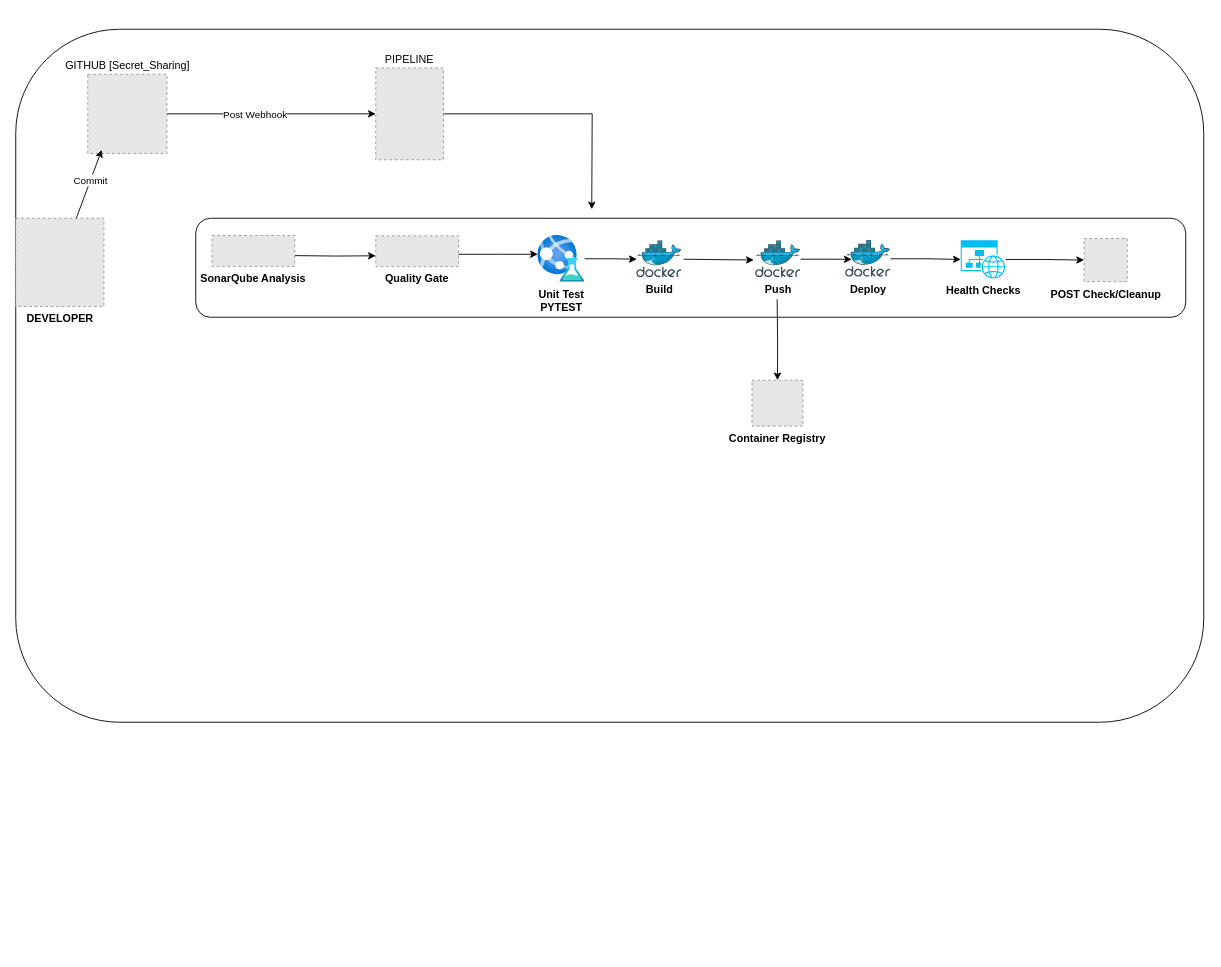
Above: CICD_FLOW_FOR_SECRET_SHARING.drawio in naveenchandar25/Int_prep (draw.io), before the change. Source tidied: cells renumbered, new cells numbered last; positions are measured from the earlier drawing's top-left corner, leaving out a move shared by most shapes. Both pictures are drawn from the tidied source at 90%, with x=0, y=0 at pixel (15, 29). Pictures stored in the file or linked from it are replaced by grey dashed boxes.
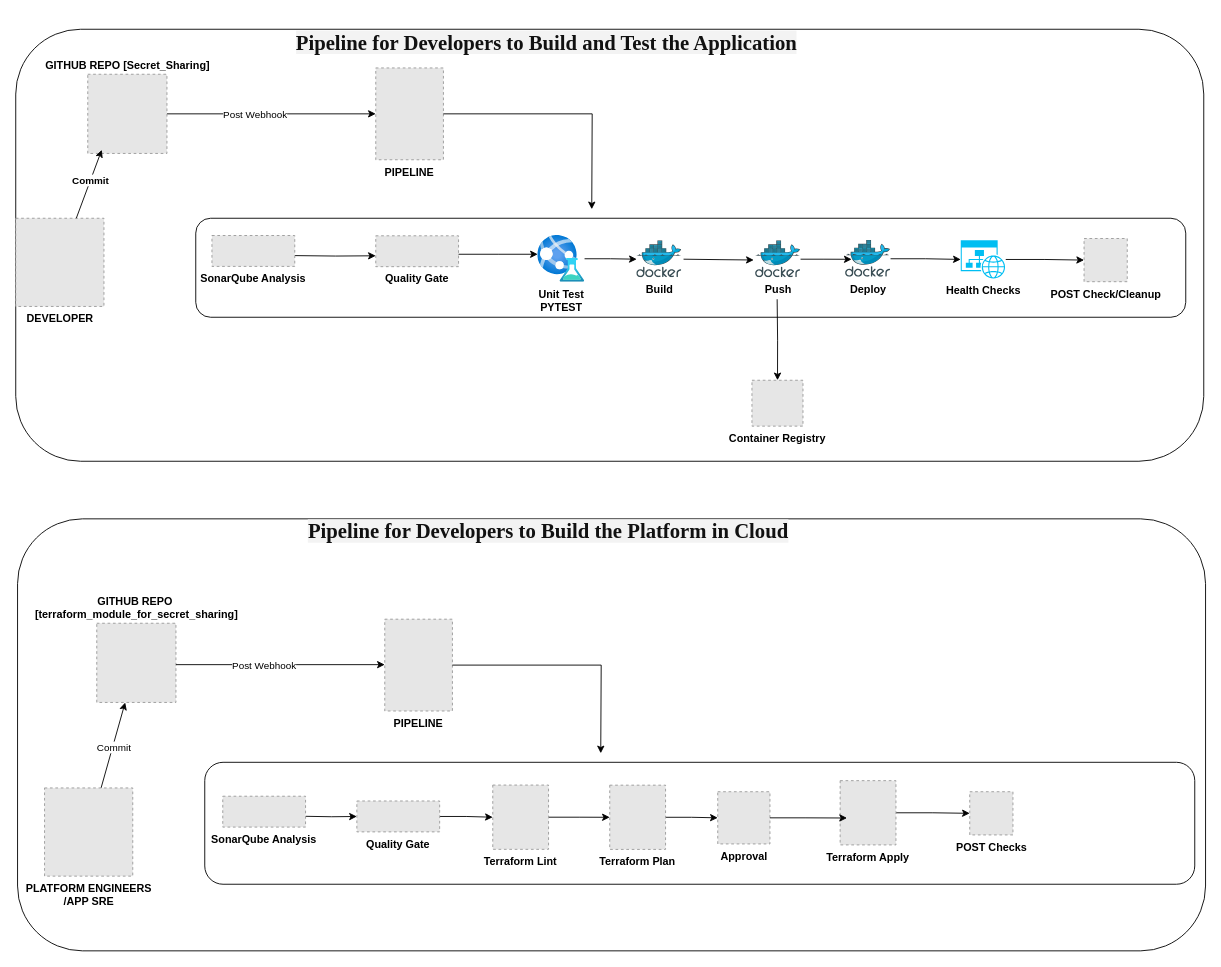
The same page after the edit.

The change refers to these unchanged cells:
```xml
<mxCell id="9" style="rounded=0;jettySize=auto;html=1;entryX=0.177;entryY=0.955;entryDx=0;entryDy=0;entryPerimeter=0;" parent="1" edge="1" source="7" target="6">
  <mxGeometry relative="1" as="geometry" />
</mxCell>
```

What changed in the source:
```diff
@@
     <mxCell id="2" style="rounded=1;whiteSpace=wrap;html=1;fillColor=none;" parent="1" vertex="1">
-      <mxGeometry width="1320" height="770" as="geometry" />
+      <mxGeometry width="1320" height="480" as="geometry" />
     </mxCell>
@@
-    <mxCell id="6" value="GITHUB [Secret_Sharing]" style="fillColor=#E6E6E6;strokeColor=#999999;dashed=1;html=1;verticalAlign=bottom;verticalLabelPosition=top;labelBackgroundColor=#ffffff;labelPosition=center;align=center;" parent="1" vertex="1">
+    <mxCell id="6" value="&lt;b&gt;GITHUB REPO [Secret_Sharing]&lt;/b&gt;" style="fillColor=#E6E6E6;strokeColor=#999999;dashed=1;html=1;verticalAlign=bottom;verticalLabelPosition=top;labelBackgroundColor=#ffffff;labelPosition=center;align=center;" parent="1" vertex="1">
       <mxGeometry x="80" y="50" width="88" height="88" as="geometry" />
     </mxCell>
@@
-    <mxCell id="8" value="PIPELINE" style="fillColor=#E6E6E6;strokeColor=#999999;dashed=1;verticalLabelPosition=top;labelBackgroundColor=default;verticalAlign=bottom;labelPosition=center;align=center;" parent="1" vertex="1">
+    <mxCell id="8" value="PIPELINE" style="fillColor=#E6E6E6;strokeColor=#999999;dashed=1;verticalLabelPosition=bottom;labelBackgroundColor=default;verticalAlign=top;labelPosition=center;align=center;fontStyle=1;" parent="1" vertex="1">
       <mxGeometry x="400" y="43" width="75.2" height="102" as="geometry" />
     </mxCell>
@@
-    <mxCell id="10" value="Commit" style="edgeLabel;html=1;align=center;verticalAlign=middle;" parent="9" vertex="1">
+    <mxCell id="10" value="&lt;b&gt;Commit&lt;/b&gt;" style="edgeLabel;html=1;align=center;verticalAlign=middle;" parent="9" vertex="1">
       <mxGeometry x="0.11" relative="1" as="geometry" />
     </mxCell>
@@
+    <mxCell id="29" value="&lt;h1&gt;&lt;strong style=&quot;line-height: var(--cib-type-body1-stronger-line-height); font-variation-settings: var(--cib-type-body1-stronger-font-variation-settings); color: rgb(17, 17, 17); text-align: left; background-color: rgb(243, 243, 243);&quot;&gt;&lt;font style=&quot;font-size: 23px;&quot;&gt;Pipeline for Developers to Build and Test the Application&lt;/font&gt;&lt;/strong&gt;&lt;/h1&gt;" style="text;html=1;align=center;verticalAlign=middle;whiteSpace=wrap;rounded=0;fontFamily=Times New Roman;" parent="1" vertex="1">
+      <mxGeometry x="270" width="640" height="30" as="geometry" />
+    </mxCell>
+    <mxCell id="30" style="rounded=1;whiteSpace=wrap;html=1;fillColor=none;" parent="1" vertex="1">
+      <mxGeometry x="2" y="544" width="1320" height="480" as="geometry" />
+    </mxCell>
+    <mxCell id="31" value="&lt;h1&gt;&lt;strong style=&quot;line-height: var(--cib-type-body1-stronger-line-height); font-variation-settings: var(--cib-type-body1-stronger-font-variation-settings); color: rgb(17, 17, 17); text-align: left; background-color: rgb(243, 243, 243);&quot;&gt;&lt;font style=&quot;font-size: 23px;&quot;&gt;Pipeline for Developers to Build the Platform in Cloud&lt;/font&gt;&lt;/strong&gt;&lt;/h1&gt;" style="text;html=1;align=center;verticalAlign=middle;whiteSpace=wrap;rounded=0;fontFamily=Times New Roman;" parent="1" vertex="1">
+      <mxGeometry x="272" y="543" width="640" height="30" as="geometry" />
+    </mxCell>
+    <mxCell id="32" style="rounded=0;jettySize=auto;html=1;" parent="1" edge="1" source="34" target="35">
+      <mxGeometry relative="1" as="geometry" />
+    </mxCell>
+    <mxCell id="33" value="Commit" style="edgeLabel;html=1;align=center;verticalAlign=middle;" parent="32" vertex="1">
+      <mxGeometry x="-0.03" y="-1" relative="1" as="geometry" />
+    </mxCell>
+    <mxCell id="34" value="&lt;b&gt;PLATFORM ENGINEERS&lt;/b&gt;&lt;div&gt;&lt;b&gt;/APP SRE&lt;/b&gt;&lt;/div&gt;" style="fillColor=#E6E6E6;strokeColor=#999999;dashed=1;html=1;verticalAlign=top;verticalLabelPosition=bottom;labelBackgroundColor=#ffffff;" parent="1" vertex="1">
+      <mxGeometry x="32" y="843" width="98" height="98" as="geometry" />
+    </mxCell>
+    <mxCell id="35" value="&lt;b&gt;GITHUB REPO&amp;nbsp;&lt;/b&gt;&lt;div&gt;&lt;b&gt;[terraform_module_for_secret_sharing]&lt;/b&gt;&lt;/div&gt;" style="fillColor=#E6E6E6;strokeColor=#999999;dashed=1;html=1;verticalAlign=bottom;verticalLabelPosition=top;labelBackgroundColor=#ffffff;labelPosition=center;align=center;" parent="1" vertex="1">
+      <mxGeometry x="90" y="660" width="88" height="88" as="geometry" />
+    </mxCell>
+    <mxCell id="36" style="rounded=1;whiteSpace=wrap;html=1;fillColor=none;" parent="1" vertex="1">
+      <mxGeometry x="210" y="814.5" width="1100" height="135.5" as="geometry" />
+    </mxCell>
+    <mxCell id="37" style="edgeStyle=orthogonalEdgeStyle;rounded=0;jettySize=auto;html=1;" parent="1" edge="1" target="39">
+      <mxGeometry relative="1" as="geometry">
+        <mxPoint x="178" y="706" as="sourcePoint" />
+      </mxGeometry>
+    </mxCell>
+    <mxCell id="38" value="Post Webhook" style="edgeLabel;html=1;align=center;verticalAlign=middle;" parent="37" vertex="1">
+      <mxGeometry x="-0.16" relative="1" as="geometry" />
+    </mxCell>
+    <mxCell id="39" value="PIPELINE" style="fillColor=#E6E6E6;strokeColor=#999999;dashed=1;verticalLabelPosition=bottom;labelBackgroundColor=default;verticalAlign=top;labelPosition=center;align=center;fontStyle=1;" parent="1" vertex="1">
+      <mxGeometry x="410" y="655.5" width="75.2" height="102" as="geometry" />
+    </mxCell>
+    <mxCell id="40" style="edgeStyle=orthogonalEdgeStyle;rounded=0;jettySize=auto;html=1;" parent="1" edge="1" source="39">
+      <mxGeometry relative="1" as="geometry">
+        <mxPoint x="650" y="804.5" as="targetPoint" />
+      </mxGeometry>
+    </mxCell>
+    <mxCell id="41" style="edgeStyle=orthogonalEdgeStyle;rounded=0;jettySize=auto;html=1;" parent="1" edge="1" target="44">
+      <mxGeometry relative="1" as="geometry">
+        <mxPoint x="322" y="874.5" as="sourcePoint" />
+      </mxGeometry>
+    </mxCell>
+    <mxCell id="42" value="SonarQube Analysis" style="fillColor=#E6E6E6;strokeColor=#999999;dashed=1;verticalLabelPosition=bottom;labelBackgroundColor=default;verticalAlign=top;fontStyle=1;" parent="1" vertex="1">
+      <mxGeometry x="230" y="852.2" width="92" height="34.3" as="geometry" />
+    </mxCell>
+    <mxCell id="43" style="edgeStyle=orthogonalEdgeStyle;rounded=0;jettySize=auto;html=1;entryX=0;entryY=0.5;entryDx=0;entryDy=0;" parent="1" edge="1" source="44" target="46">
+      <mxGeometry relative="1" as="geometry" />
+    </mxCell>
+    <mxCell id="44" value="Quality Gate" style="fillColor=#E6E6E6;strokeColor=#999999;dashed=1;verticalLabelPosition=bottom;labelBackgroundColor=default;verticalAlign=top;fontStyle=1;" parent="1" vertex="1">
+      <mxGeometry x="379" y="857.5" width="92" height="34.3" as="geometry" />
+    </mxCell>
+    <mxCell id="45" style="edgeStyle=orthogonalEdgeStyle;rounded=0;jettySize=auto;html=1;entryX=0;entryY=0.5;entryDx=0;entryDy=0;" parent="1" edge="1" source="46" target="48">
+      <mxGeometry relative="1" as="geometry" />
+    </mxCell>
+    <mxCell id="46" value="Terraform Lint" style="fillColor=#E6E6E6;strokeColor=#999999;dashed=1;verticalLabelPosition=bottom;labelBackgroundColor=default;verticalAlign=top;fontStyle=1;" parent="1" vertex="1">
+      <mxGeometry x="530" y="839.8" width="62" height="71.4" as="geometry" />
+    </mxCell>
+    <mxCell id="47" style="edgeStyle=orthogonalEdgeStyle;rounded=0;jettySize=auto;html=1;" parent="1" edge="1" source="48" target="51">
+      <mxGeometry relative="1" as="geometry" />
+    </mxCell>
+    <mxCell id="48" value="Terraform Plan" style="fillColor=#E6E6E6;strokeColor=#999999;dashed=1;verticalLabelPosition=bottom;labelBackgroundColor=default;verticalAlign=top;fontStyle=1;" parent="1" vertex="1">
+      <mxGeometry x="660" y="839.9" width="62" height="71.4" as="geometry" />
+    </mxCell>
+    <mxCell id="49" style="edgeStyle=orthogonalEdgeStyle;rounded=0;jettySize=auto;html=1;entryX=0;entryY=0.5;entryDx=0;entryDy=0;" parent="1" edge="1" source="50" target="52">
+      <mxGeometry relative="1" as="geometry" />
+    </mxCell>
+    <mxCell id="50" value="Terraform Apply" style="fillColor=#E6E6E6;strokeColor=#999999;dashed=1;verticalLabelPosition=bottom;labelBackgroundColor=default;verticalAlign=top;fontStyle=1;" parent="1" vertex="1">
+      <mxGeometry x="916" y="834.9" width="62" height="71.4" as="geometry" />
+    </mxCell>
+    <mxCell id="51" value="&lt;b&gt;Approval&lt;/b&gt;" style="fillColor=#E6E6E6;strokeColor=#999999;dashed=1;html=1;verticalAlign=top;verticalLabelPosition=bottom;labelBackgroundColor=#ffffff;" parent="1" vertex="1">
+      <mxGeometry x="780" y="847.2" width="58" height="58" as="geometry" />
+    </mxCell>
+    <mxCell id="52" value="&lt;b&gt;POST Checks&lt;/b&gt;" style="fillColor=#E6E6E6;strokeColor=#999999;dashed=1;html=1;verticalAlign=top;verticalLabelPosition=bottom;labelBackgroundColor=#ffffff;" parent="1" vertex="1">
+      <mxGeometry x="1060" y="847.2" width="48" height="48" as="geometry" />
+    </mxCell>
+    <mxCell id="53" style="edgeStyle=orthogonalEdgeStyle;rounded=0;jettySize=auto;html=1;entryX=0.123;entryY=0.581;entryDx=0;entryDy=0;entryPerimeter=0;" parent="1" edge="1" source="51" target="50">
+      <mxGeometry relative="1" as="geometry" />
+    </mxCell>
```
